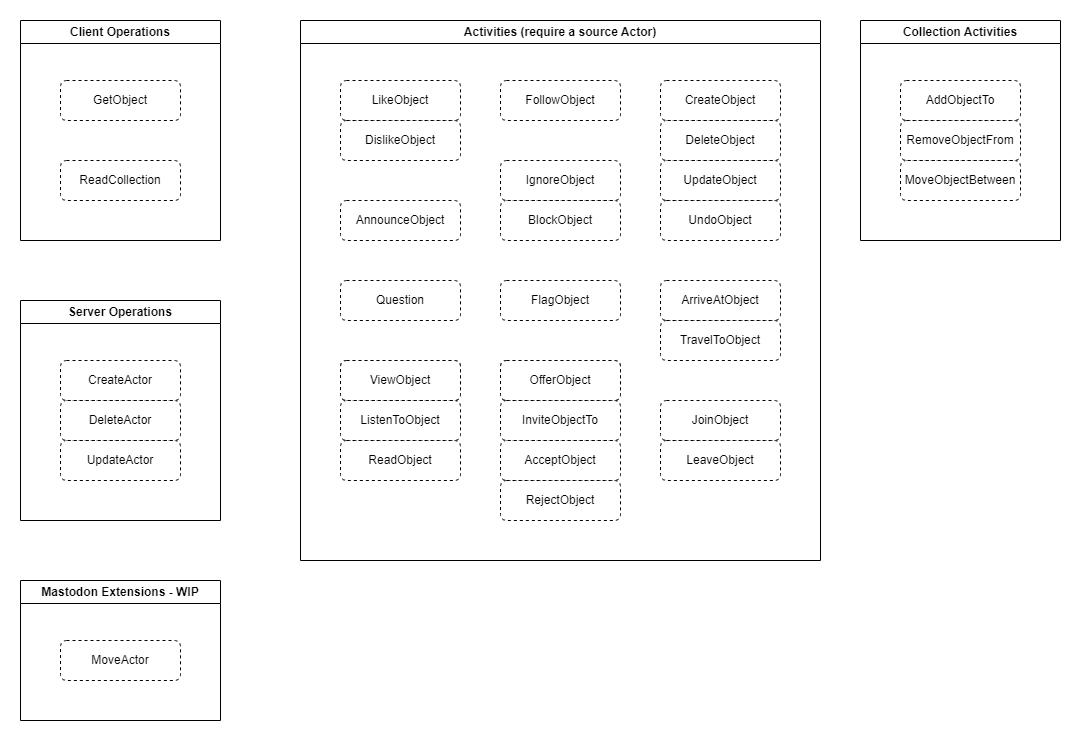
warriordog/ActivityPubSharp keeps this draw.io diagram as Documentation/Design Documents/use_cases.drawio.png. Above is the earlier version. Source tidied: cells renumbered, new cells last; positions are measured from the earlier drawing's top-left corner, leaving out a move shared by most shapes.
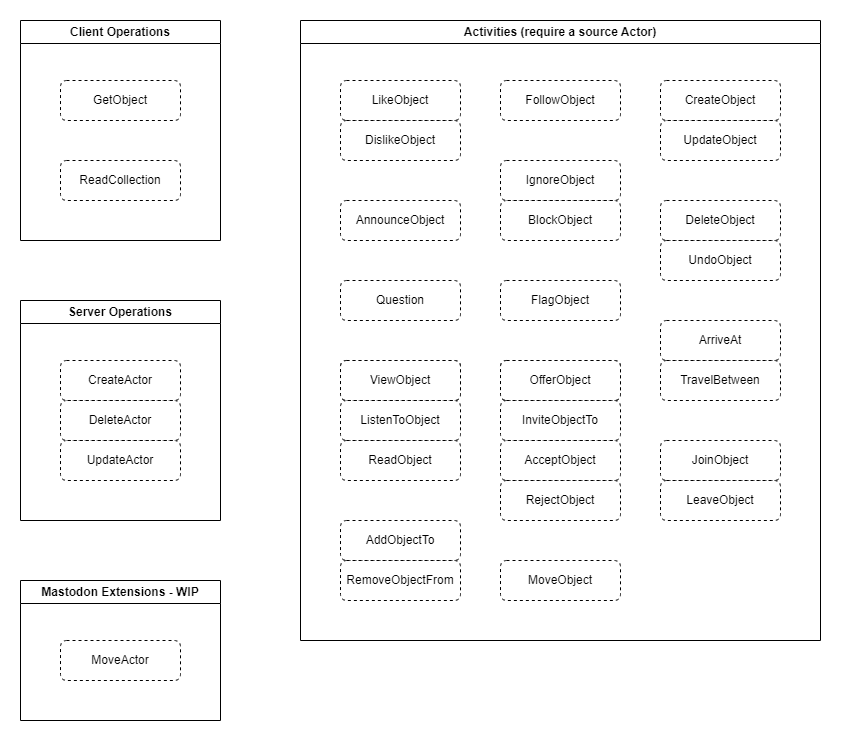
Above is the later version.

Commit message:
enumerate high-level use cases (resolves #117)

Diff of the diagram source:
```diff
@@ -3,7 +3,7 @@
     <mxCell id="0" />
     <mxCell id="1" parent="0" />
     <mxCell id="2" value="Activities (require a source Actor)" style="swimlane;whiteSpace=wrap;html=1;" parent="1" vertex="1">
-      <mxGeometry x="280" width="520" height="540" as="geometry" />
+      <mxGeometry x="280" width="520" height="620" as="geometry" />
     </mxCell>
     <mxCell id="3" value="FollowObject" style="rounded=1;whiteSpace=wrap;html=1;dashed=1;" parent="2" vertex="1">
       <mxGeometry x="200" y="60" width="120" height="40" as="geometry" />
@@ -18,10 +18,10 @@
       <mxGeometry x="40" y="180" width="120" height="40" as="geometry" />
     </mxCell>
     <mxCell id="7" value="UpdateObject" style="rounded=1;whiteSpace=wrap;html=1;dashed=1;" parent="2" vertex="1">
-      <mxGeometry x="360" y="140" width="120" height="40" as="geometry" />
+      <mxGeometry x="360" y="100" width="120" height="40" as="geometry" />
     </mxCell>
     <mxCell id="8" value="DeleteObject" style="rounded=1;whiteSpace=wrap;html=1;dashed=1;" parent="2" vertex="1">
-      <mxGeometry x="360" y="100" width="120" height="40" as="geometry" />
+      <mxGeometry x="360" y="180" width="120" height="40" as="geometry" />
     </mxCell>
     <mxCell id="9" value="CreateObject" style="rounded=1;whiteSpace=wrap;html=1;dashed=1;" parent="2" vertex="1">
       <mxGeometry x="360" y="60" width="120" height="40" as="geometry" />
@@ -29,23 +29,23 @@
     <mxCell id="10" value="AcceptObject" style="rounded=1;whiteSpace=wrap;html=1;dashed=1;" parent="2" vertex="1">
       <mxGeometry x="200" y="420" width="120" height="40" as="geometry" />
     </mxCell>
-    <mxCell id="11" value="ArriveAtObject" style="rounded=1;whiteSpace=wrap;html=1;dashed=1;" parent="2" vertex="1">
-      <mxGeometry x="360" y="260" width="120" height="40" as="geometry" />
+    <mxCell id="11" value="ArriveAt" style="rounded=1;whiteSpace=wrap;html=1;dashed=1;" parent="2" vertex="1">
+      <mxGeometry x="360" y="300" width="120" height="40" as="geometry" />
     </mxCell>
     <mxCell id="12" value="IgnoreObject" style="rounded=1;whiteSpace=wrap;html=1;dashed=1;" parent="2" vertex="1">
       <mxGeometry x="200" y="140" width="120" height="40" as="geometry" />
     </mxCell>
     <mxCell id="13" value="JoinObject" style="rounded=1;whiteSpace=wrap;html=1;dashed=1;" parent="2" vertex="1">
-      <mxGeometry x="360" y="380" width="120" height="40" as="geometry" />
+      <mxGeometry x="360" y="420" width="120" height="40" as="geometry" />
     </mxCell>
     <mxCell id="14" value="LeaveObject" style="rounded=1;whiteSpace=wrap;html=1;dashed=1;" parent="2" vertex="1">
-      <mxGeometry x="360" y="420" width="120" height="40" as="geometry" />
+      <mxGeometry x="360" y="460" width="120" height="40" as="geometry" />
     </mxCell>
     <mxCell id="15" value="OfferObject" style="rounded=1;whiteSpace=wrap;html=1;dashed=1;" parent="2" vertex="1">
       <mxGeometry x="200" y="340" width="120" height="40" as="geometry" />
     </mxCell>
     <mxCell id="16" value="UndoObject" style="rounded=1;whiteSpace=wrap;html=1;dashed=1;" parent="2" vertex="1">
-      <mxGeometry x="360" y="180" width="120" height="40" as="geometry" />
+      <mxGeometry x="360" y="220" width="120" height="40" as="geometry" />
     </mxCell>
     <mxCell id="17" value="ViewObject" style="rounded=1;whiteSpace=wrap;html=1;dashed=1;" parent="2" vertex="1">
       <mxGeometry x="40" y="340" width="120" height="40" as="geometry" />
@@ -56,8 +56,8 @@
     <mxCell id="19" value="ReadObject" style="rounded=1;whiteSpace=wrap;html=1;dashed=1;" parent="2" vertex="1">
       <mxGeometry x="40" y="420" width="120" height="40" as="geometry" />
     </mxCell>
-    <mxCell id="20" value="TravelToObject" style="rounded=1;whiteSpace=wrap;html=1;dashed=1;" parent="2" vertex="1">
-      <mxGeometry x="360" y="300" width="120" height="40" as="geometry" />
+    <mxCell id="20" value="TravelBetween" style="rounded=1;whiteSpace=wrap;html=1;dashed=1;" parent="2" vertex="1">
+      <mxGeometry x="360" y="340" width="120" height="40" as="geometry" />
     </mxCell>
     <mxCell id="21" value="RejectObject" style="rounded=1;whiteSpace=wrap;html=1;dashed=1;" parent="2" vertex="1">
       <mxGeometry x="200" y="460" width="120" height="40" as="geometry" />
@@ -80,6 +80,15 @@
     <mxCell id="27" value="Question" style="rounded=1;whiteSpace=wrap;html=1;dashed=1;" parent="2" vertex="1">
       <mxGeometry x="40" y="260" width="120" height="40" as="geometry" />
     </mxCell>
+    <mxCell id="38" value="MoveObject" style="rounded=1;whiteSpace=wrap;html=1;dashed=1;" parent="2" vertex="1">
+      <mxGeometry x="200" y="540" width="120" height="40" as="geometry" />
+    </mxCell>
+    <mxCell id="39" value="AddObjectTo" style="rounded=1;whiteSpace=wrap;html=1;dashed=1;" parent="2" vertex="1">
+      <mxGeometry x="40" y="500" width="120" height="40" as="geometry" />
+    </mxCell>
+    <mxCell id="40" value="RemoveObjectFrom" style="rounded=1;whiteSpace=wrap;html=1;dashed=1;" parent="2" vertex="1">
+      <mxGeometry x="40" y="540" width="120" height="40" as="geometry" />
+    </mxCell>
     <mxCell id="28" value="Client Operations" style="swimlane;whiteSpace=wrap;html=1;" parent="1" vertex="1">
       <mxGeometry width="200" height="220" as="geometry" />
     </mxCell>
@@ -107,17 +116,5 @@
     <mxCell id="36" value="MoveActor" style="rounded=1;whiteSpace=wrap;html=1;dashed=1;" parent="35" vertex="1">
       <mxGeometry x="40" y="60" width="120" height="40" as="geometry" />
     </mxCell>
-    <mxCell id="37" value="Collection Activities" style="swimlane;whiteSpace=wrap;html=1;" parent="1" vertex="1">
-      <mxGeometry x="840" width="200" height="220" as="geometry" />
-    </mxCell>
-    <mxCell id="38" value="MoveObjectBetween" style="rounded=1;whiteSpace=wrap;html=1;dashed=1;" parent="37" vertex="1">
-      <mxGeometry x="40" y="140" width="120" height="40" as="geometry" />
-    </mxCell>
-    <mxCell id="39" value="AddObjectTo" style="rounded=1;whiteSpace=wrap;html=1;dashed=1;" parent="37" vertex="1">
-      <mxGeometry x="40" y="60" width="120" height="40" as="geometry" />
-    </mxCell>
-    <mxCell id="40" value="RemoveObjectFrom" style="rounded=1;whiteSpace=wrap;html=1;dashed=1;" parent="37" vertex="1">
-      <mxGeometry x="40" y="100" width="120" height="40" as="geometry" />
-    </mxCell>
   </root>
 </mxGraphModel>
```
